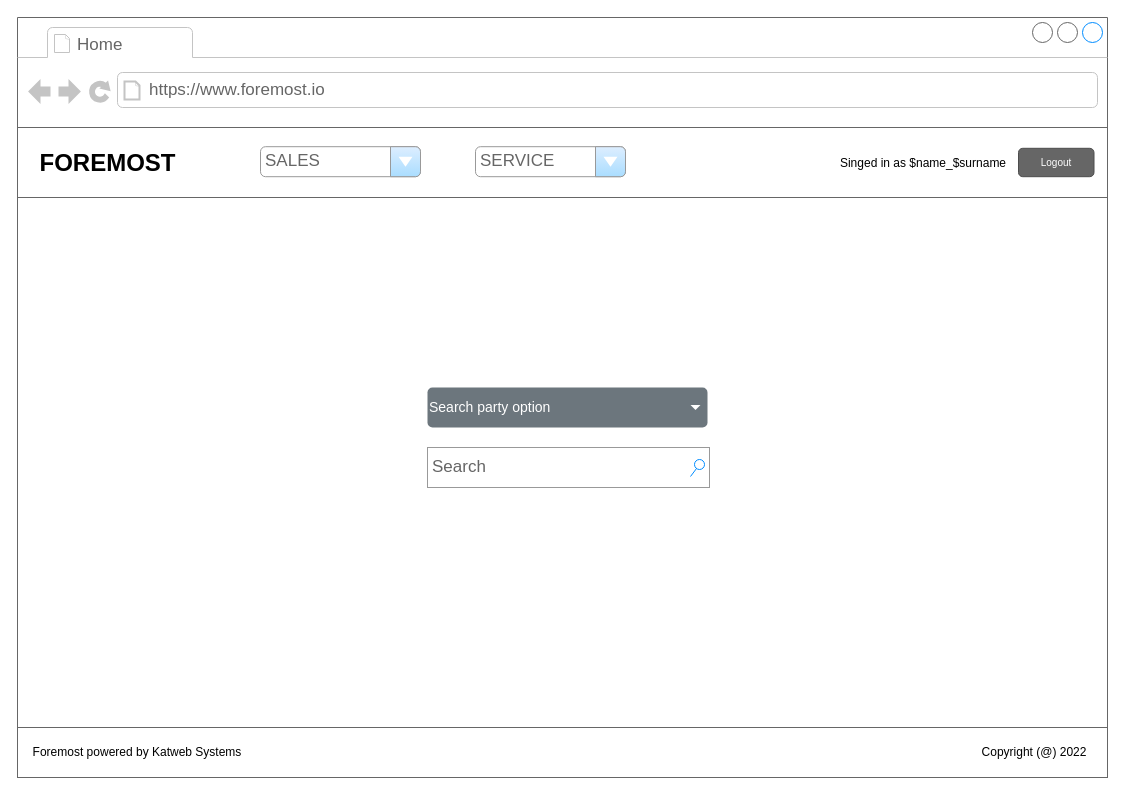
Above: Foremost.drawio in Kpmahlaole/Foremost (draw.io), before the change. Source tidied: cells renumbered, new cells numbered last; positions are measured from the earlier drawing's top-left corner, leaving out a move shared by most shapes. Both pictures are drawn from the tidied source at 100%, with x=0, y=0 at pixel (17, 17).
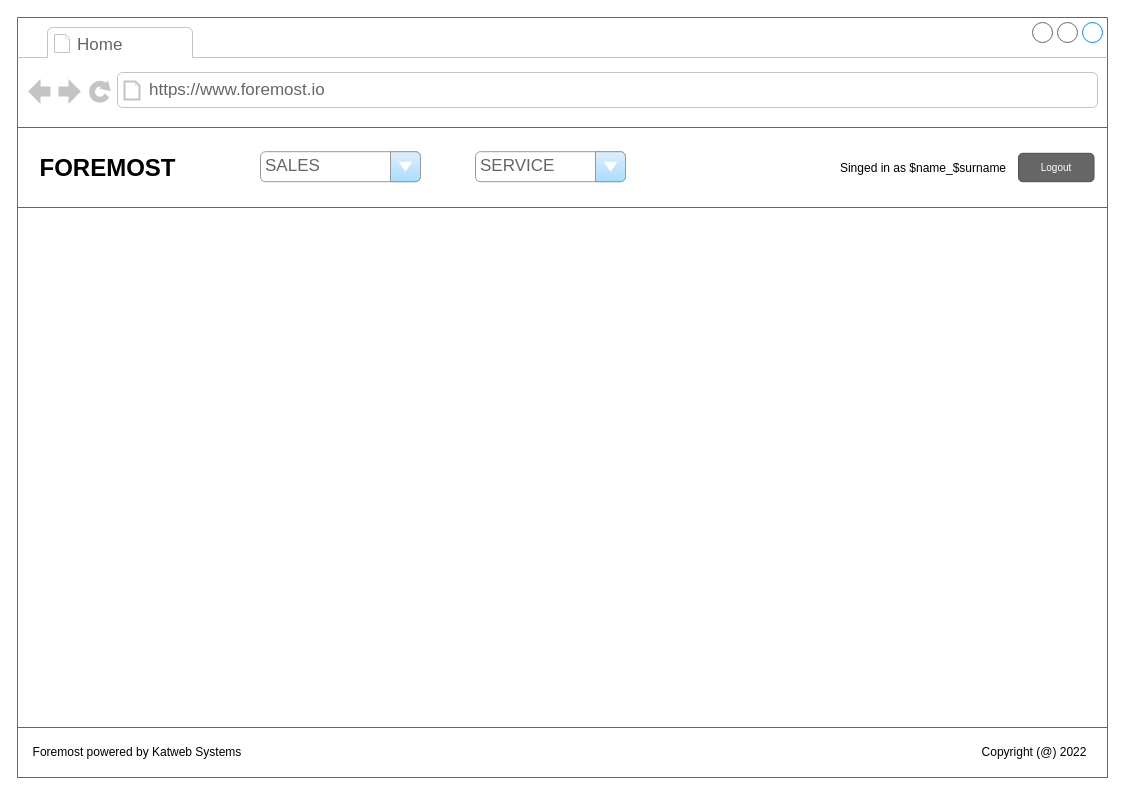
The same diagram, later.

Change to the diagram source:
```diff
@@
 <mxGraphModel>
   <root>
     <mxCell id="0" />
     <mxCell id="1" parent="0" />
     <mxCell id="2" style="strokeWidth=1;shadow=0;dashed=0;align=center;html=1;shape=mxgraph.mockup.containers.browserWindow;rSize=0;strokeColor=#666666;strokeColor2=#008cff;strokeColor3=#c4c4c4;mainText=,;" parent="1" vertex="1">
       <mxGeometry width="1090" height="760" as="geometry" />
     </mxCell>
     <mxCell id="3" value="Home" style="strokeWidth=1;shadow=0;dashed=0;align=center;html=1;shape=mxgraph.mockup.containers.anchor;fontSize=17;fontColor=#666666;align=left;" parent="2" vertex="1">
       <mxGeometry x="58" y="15" width="110" height="26" as="geometry" />
     </mxCell>
     <mxCell id="4" value="https://www.foremost.io" style="strokeWidth=1;shadow=0;dashed=0;align=center;html=1;shape=mxgraph.mockup.containers.anchor;rSize=0;fontSize=17;fontColor=#666666;align=left;" parent="2" vertex="1">
       <mxGeometry x="130" y="60" width="250" height="26" as="geometry" />
     </mxCell>
     <mxCell id="5" style="rounded=0;whiteSpace=wrap;html=1;strokeColor=#666666;" parent="2" vertex="1">
-      <mxGeometry y="110" width="1090" height="70" as="geometry" />
+      <mxGeometry y="110" width="1090" height="80" as="geometry" />
     </mxCell>
     <mxCell id="6" value="SALES" style="strokeWidth=1;shadow=0;dashed=0;align=center;html=1;shape=mxgraph.mockup.forms.comboBox;strokeColor=#999999;fillColor=#ddeeff;align=left;fillColor2=#aaddff;mainText=;fontColor=#666666;fontSize=17;spacingLeft=3;" parent="2" vertex="1">
-      <mxGeometry x="243" y="129.2" width="160" height="30" as="geometry" />
+      <mxGeometry x="243" y="134.2" width="160" height="30" as="geometry" />
     </mxCell>
     <mxCell id="7" value="SERVICE" style="strokeWidth=1;shadow=0;dashed=0;align=center;html=1;shape=mxgraph.mockup.forms.comboBox;strokeColor=#999999;fillColor=#ddeeff;align=left;fillColor2=#aaddff;mainText=;fontColor=#666666;fontSize=17;spacingLeft=3;" parent="2" vertex="1">
-      <mxGeometry x="458" y="129.2" width="150" height="30" as="geometry" />
+      <mxGeometry x="458" y="134.2" width="150" height="30" as="geometry" />
     </mxCell>
     <mxCell id="8" value="FOREMOST" style="text;strokeColor=none;fillColor=none;html=1;fontSize=24;fontStyle=1;verticalAlign=middle;align=center;" parent="2" vertex="1">
-      <mxGeometry x="40" y="125.8" width="100" height="40" as="geometry" />
+      <mxGeometry x="40" y="130.8" width="100" height="40" as="geometry" />
     </mxCell>
     <mxCell id="9" value="Logout" style="rounded=1;html=1;shadow=0;dashed=0;whiteSpace=wrap;fontSize=10;fillColor=#666666;align=center;strokeColor=#4D4D4D;fontColor=#ffffff;" parent="2" vertex="1">
-      <mxGeometry x="1001" y="130.8" width="75.5" height="28.4" as="geometry" />
+      <mxGeometry x="1001" y="135.8" width="75.5" height="28.4" as="geometry" />
     </mxCell>
     <mxCell id="10" value="Singed in as $name_$surname" style="text;html=1;strokeColor=none;fillColor=none;align=center;verticalAlign=middle;whiteSpace=wrap;rounded=0;" parent="2" vertex="1">
-      <mxGeometry x="816" y="130.8" width="180" height="30" as="geometry" />
+      <mxGeometry x="816" y="135.8" width="180" height="30" as="geometry" />
     </mxCell>
     <mxCell id="11" style="rounded=0;whiteSpace=wrap;html=1;strokeColor=#666666;" parent="2" vertex="1">
       <mxGeometry y="710" width="1090" height="50" as="geometry" />
     </mxCell>
     <mxCell id="12" value="Foremost powered by Katweb Systems" style="text;html=1;strokeColor=none;fillColor=none;align=center;verticalAlign=middle;whiteSpace=wrap;rounded=0;" parent="2" vertex="1">
       <mxGeometry x="10" y="720" width="220" height="30" as="geometry" />
     </mxCell>
     <mxCell id="13" value="Copyright (@) 2022" style="text;html=1;strokeColor=none;fillColor=none;align=center;verticalAlign=middle;whiteSpace=wrap;rounded=0;" parent="2" vertex="1">
       <mxGeometry x="950" y="720" width="134" height="30" as="geometry" />
     </mxCell>
-    <mxCell id="14" value="Search" style="strokeWidth=1;shadow=0;dashed=0;align=center;html=1;shape=mxgraph.mockup.forms.searchBox;strokeColor=#999999;mainText=;strokeColor2=#008cff;fontColor=#666666;fontSize=17;align=left;spacingLeft=3;" parent="2" vertex="1">
-      <mxGeometry x="410" y="430" width="282" height="40" as="geometry" />
-    </mxCell>
-    <mxCell id="15" value="Search party option" style="html=1;shadow=0;dashed=0;shape=mxgraph.bootstrap.rrect;rSize=5;strokeColor=none;strokeWidth=1;fillColor=#6C767D;fontColor=#ffffff;whiteSpace=wrap;align=left;verticalAlign=middle;fontStyle=0;fontSize=14;spacingRight=20;" parent="2" vertex="1">
-      <mxGeometry x="410" y="370" width="280" height="40" as="geometry" />
-    </mxCell>
-    <mxCell id="16" style="shape=triangle;direction=south;fillColor=#ffffff;strokeColor=none;perimeter=none;" parent="15" vertex="1">
-      <mxGeometry x="1" y="0.5" width="10" height="5" relative="1" as="geometry">
-        <mxPoint x="-17" y="-2.5" as="offset" />
-      </mxGeometry>
-    </mxCell>
   </root>
 </mxGraphModel>
```
